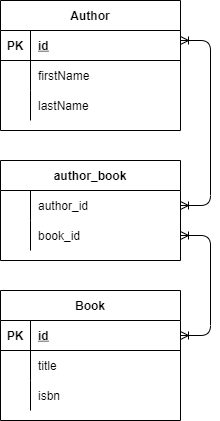
Above: docs/images/er-diagram.png in larsenc83/spring5webapp (draw.io), before the change. Source tidied: cells renumbered, new cells last; positions are measured from the earlier drawing's top-left corner, leaving out a move shared by most shapes.
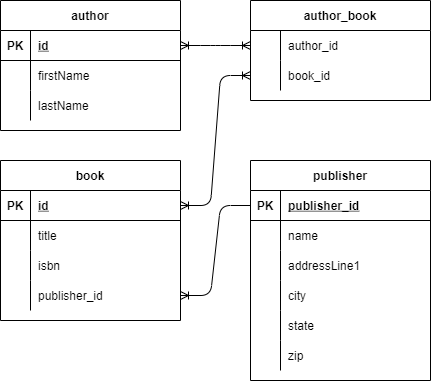
The same diagram one commit later.

Commit message:
update notes and relationship diagram

The edit, as a diff of the source:
```diff
@@ -2,94 +2,161 @@
   <root>
     <mxCell id="0" />
     <mxCell id="1" parent="0" />
+    <mxCell id="31" value="author" style="shape=table;startSize=30;rowLines=0;fontStyle=1;align=center;sketch=0;fillColor=none;" parent="1" vertex="1">
+      <mxGeometry x="-80" width="180" height="130" as="geometry" />
+    </mxCell>
+    <mxCell id="32" style="shape=partialRectangle;fillColor=none;top=0;left=0;bottom=1;right=0;points=[[0,0.5],[1,0.5]];portConstraint=eastwest;sketch=0;" parent="31" vertex="1">
+      <mxGeometry y="30" width="180" height="30" as="geometry" />
+    </mxCell>
+    <mxCell id="33" value="PK" style="shape=partialRectangle;fillColor=none;top=0;left=0;bottom=0;right=0;fontStyle=1;overflow=hidden;sketch=0;" parent="32" vertex="1">
+      <mxGeometry width="30" height="30" as="geometry" />
+    </mxCell>
+    <mxCell id="34" value="id" style="shape=partialRectangle;fillColor=none;top=0;left=0;bottom=0;right=0;align=left;spacingLeft=6;fontStyle=5;overflow=hidden;sketch=0;" parent="32" vertex="1">
+      <mxGeometry x="30" width="150" height="30" as="geometry" />
+    </mxCell>
+    <mxCell id="35" style="shape=partialRectangle;fillColor=none;top=0;left=0;bottom=0;right=0;sketch=0;" parent="31" vertex="1">
+      <mxGeometry y="60" width="180" height="30" as="geometry" />
+    </mxCell>
+    <mxCell id="36" style="shape=partialRectangle;fillColor=none;top=0;left=0;bottom=0;right=0;overflow=hidden;sketch=0;" parent="35" vertex="1">
+      <mxGeometry width="30" height="30" as="geometry" />
+    </mxCell>
-    <mxCell id="2" value="Author" style="shape=table;startSize=30;rowLines=0;fontStyle=1;align=center;sketch=0;fillColor=none;" parent="1" vertex="1">
-      <mxGeometry width="180" height="130" as="geometry" />
+    <mxCell id="2" value="firstName" style="shape=partialRectangle;fillColor=none;top=0;left=0;bottom=0;right=0;align=left;spacingLeft=6;overflow=hidden;sketch=0;" parent="35" vertex="1">
+      <mxGeometry x="30" width="150" height="30" as="geometry" />
     </mxCell>
-    <mxCell id="3" style="shape=partialRectangle;fillColor=none;top=0;left=0;bottom=1;right=0;sketch=0;" parent="2" vertex="1">
-      <mxGeometry y="30" width="180" height="30" as="geometry" />
+    <mxCell id="3" style="shape=partialRectangle;fillColor=none;top=0;left=0;bottom=0;right=0;sketch=0;" parent="31" vertex="1">
+      <mxGeometry y="90" width="180" height="30" as="geometry" />
     </mxCell>
-    <mxCell id="4" value="PK" style="shape=partialRectangle;fillColor=none;top=0;left=0;bottom=0;right=0;fontStyle=1;overflow=hidden;sketch=0;" parent="3" vertex="1">
+    <mxCell id="4" style="shape=partialRectangle;fillColor=none;top=0;left=0;bottom=0;right=0;overflow=hidden;sketch=0;" parent="3" vertex="1">
       <mxGeometry width="30" height="30" as="geometry" />
     </mxCell>
-    <mxCell id="5" value="id" style="shape=partialRectangle;fillColor=none;top=0;left=0;bottom=0;right=0;align=left;spacingLeft=6;fontStyle=5;overflow=hidden;sketch=0;" parent="3" vertex="1">
+    <mxCell id="5" value="lastName" style="shape=partialRectangle;fillColor=none;top=0;left=0;bottom=0;right=0;align=left;spacingLeft=6;overflow=hidden;sketch=0;" parent="3" vertex="1">
       <mxGeometry x="30" width="150" height="30" as="geometry" />
     </mxCell>
-    <mxCell id="6" style="shape=partialRectangle;fillColor=none;top=0;left=0;bottom=0;right=0;sketch=0;" parent="2" vertex="1">
-      <mxGeometry y="60" width="180" height="30" as="geometry" />
+    <mxCell id="6" value="book" style="shape=table;startSize=30;rowLines=0;fontStyle=1;align=center;sketch=0;" parent="1" vertex="1">
+      <mxGeometry x="-80" y="160" width="180" height="160" as="geometry" />
     </mxCell>
-    <mxCell id="7" style="shape=partialRectangle;fillColor=none;top=0;left=0;bottom=0;right=0;overflow=hidden;sketch=0;" parent="6" vertex="1">
-      <mxGeometry width="30" height="30" as="geometry" />
+    <mxCell id="7" style="shape=partialRectangle;fillColor=none;top=0;left=0;bottom=1;right=0;points=[[0,0.5],[1,0.5]];portConstraint=eastwest;sketch=0;" parent="6" vertex="1">
+      <mxGeometry y="30" width="180" height="30" as="geometry" />
     </mxCell>
-    <mxCell id="8" value="firstName" style="shape=partialRectangle;fillColor=none;top=0;left=0;bottom=0;right=0;align=left;spacingLeft=6;overflow=hidden;sketch=0;" parent="6" vertex="1">
-      <mxGeometry x="30" width="150" height="30" as="geometry" />
+    <mxCell id="8" value="PK" style="shape=partialRectangle;fillColor=none;top=0;left=0;bottom=0;right=0;fontStyle=1;overflow=hidden;sketch=0;" parent="7" vertex="1">
+      <mxGeometry width="30" height="30" as="geometry" />
     </mxCell>
-    <mxCell id="9" style="shape=partialRectangle;fillColor=none;top=0;left=0;bottom=0;right=0;sketch=0;" parent="2" vertex="1">
-      <mxGeometry y="90" width="180" height="30" as="geometry" />
+    <mxCell id="9" value="id" style="shape=partialRectangle;fillColor=none;top=0;left=0;bottom=0;right=0;align=left;spacingLeft=6;fontStyle=5;overflow=hidden;sketch=0;" parent="7" vertex="1">
+      <mxGeometry x="30" width="150" height="30" as="geometry" />
     </mxCell>
-    <mxCell id="10" style="shape=partialRectangle;fillColor=none;top=0;left=0;bottom=0;right=0;overflow=hidden;sketch=0;" parent="9" vertex="1">
-      <mxGeometry width="30" height="30" as="geometry" />
+    <mxCell id="10" style="shape=partialRectangle;fillColor=none;top=0;left=0;bottom=0;right=0;sketch=0;" parent="6" vertex="1">
+      <mxGeometry y="60" width="180" height="30" as="geometry" />
     </mxCell>
-    <mxCell id="11" value="lastName" style="shape=partialRectangle;fillColor=none;top=0;left=0;bottom=0;right=0;align=left;spacingLeft=6;overflow=hidden;sketch=0;" parent="9" vertex="1">
-      <mxGeometry x="30" width="150" height="30" as="geometry" />
+    <mxCell id="11" style="shape=partialRectangle;fillColor=none;top=0;left=0;bottom=0;right=0;overflow=hidden;sketch=0;" parent="10" vertex="1">
+      <mxGeometry width="30" height="30" as="geometry" />
     </mxCell>
+    <mxCell id="37" value="title" style="shape=partialRectangle;fillColor=none;top=0;left=0;bottom=0;right=0;align=left;spacingLeft=6;overflow=hidden;sketch=0;" parent="10" vertex="1">
+      <mxGeometry x="30" width="150" height="30" as="geometry" />
+    </mxCell>
+    <mxCell id="38" style="shape=partialRectangle;fillColor=none;top=0;left=0;bottom=0;right=0;sketch=0;" parent="6" vertex="1">
+      <mxGeometry y="90" width="180" height="30" as="geometry" />
+    </mxCell>
-    <mxCell id="12" value="Book" style="shape=table;startSize=30;rowLines=0;fontStyle=1;align=center;sketch=0;" parent="1" vertex="1">
-      <mxGeometry y="290" width="180" height="130" as="geometry" />
+    <mxCell id="12" style="shape=partialRectangle;fillColor=none;top=0;left=0;bottom=0;right=0;overflow=hidden;sketch=0;" parent="38" vertex="1">
+      <mxGeometry width="30" height="30" as="geometry" />
     </mxCell>
-    <mxCell id="13" style="shape=partialRectangle;fillColor=none;top=0;left=0;bottom=1;right=0;points=[[0,0.5],[1,0.5]];portConstraint=eastwest;sketch=0;" parent="12" vertex="1">
-      <mxGeometry y="30" width="180" height="30" as="geometry" />
+    <mxCell id="13" value="isbn" style="shape=partialRectangle;fillColor=none;top=0;left=0;bottom=0;right=0;align=left;spacingLeft=6;overflow=hidden;sketch=0;" parent="38" vertex="1">
+      <mxGeometry x="30" width="150" height="30" as="geometry" />
     </mxCell>
+    <mxCell id="39" style="shape=partialRectangle;fillColor=none;top=0;left=0;bottom=0;right=0;points=[[0,0.5],[1,0.5]];portConstraint=eastwest;sketch=0;" parent="6" vertex="1">
+      <mxGeometry y="120" width="180" height="30" as="geometry" />
+    </mxCell>
+    <mxCell id="40" style="shape=partialRectangle;fillColor=none;top=0;left=0;bottom=0;right=0;overflow=hidden;sketch=0;" parent="39" vertex="1">
+      <mxGeometry width="30" height="30" as="geometry" />
+    </mxCell>
+    <mxCell id="41" value="publisher_id" style="shape=partialRectangle;fillColor=none;top=0;left=0;bottom=0;right=0;align=left;spacingLeft=6;overflow=hidden;sketch=0;" parent="39" vertex="1">
+      <mxGeometry x="30" width="150" height="30" as="geometry" />
+    </mxCell>
-    <mxCell id="14" value="PK" style="shape=partialRectangle;fillColor=none;top=0;left=0;bottom=0;right=0;fontStyle=1;overflow=hidden;sketch=0;" parent="13" vertex="1">
-      <mxGeometry width="30" height="30" as="geometry" />
+    <mxCell id="14" style="edgeStyle=entityRelationEdgeStyle;fontSize=12;html=1;endArrow=ERoneToMany;startArrow=ERoneToMany;entryX=1;entryY=0.5;entryDx=0;entryDy=0;exitX=0;exitY=0.5;exitDx=0;exitDy=0;" parent="1" edge="1" source="19" target="7">
+      <mxGeometry relative="1" as="geometry" />
     </mxCell>
-    <mxCell id="15" value="id" style="shape=partialRectangle;fillColor=none;top=0;left=0;bottom=0;right=0;align=left;spacingLeft=6;fontStyle=5;overflow=hidden;sketch=0;" parent="13" vertex="1">
-      <mxGeometry x="30" width="150" height="30" as="geometry" />
+    <mxCell id="15" value="author_book" style="shape=table;startSize=30;rowLines=0;fontStyle=1;align=center;sketch=0;" parent="1" vertex="1">
+      <mxGeometry x="170" width="180" height="100" as="geometry" />
     </mxCell>
-    <mxCell id="16" style="shape=partialRectangle;fillColor=none;top=0;left=0;bottom=0;right=0;points=[[0,0.5],[1,0.5]];portConstraint=eastwest;sketch=0;" parent="12" vertex="1">
-      <mxGeometry y="60" width="180" height="30" as="geometry" />
+    <mxCell id="16" style="shape=partialRectangle;fillColor=none;top=0;left=0;bottom=0;right=0;points=[[0,0.5],[1,0.5]];portConstraint=eastwest;sketch=0;" parent="15" vertex="1">
+      <mxGeometry y="30" width="180" height="30" as="geometry" />
     </mxCell>
     <mxCell id="17" style="shape=partialRectangle;fillColor=none;top=0;left=0;bottom=0;right=0;overflow=hidden;sketch=0;" parent="16" vertex="1">
       <mxGeometry width="30" height="30" as="geometry" />
     </mxCell>
-    <mxCell id="18" value="title" style="shape=partialRectangle;fillColor=none;top=0;left=0;bottom=0;right=0;align=left;spacingLeft=6;overflow=hidden;sketch=0;" parent="16" vertex="1">
+    <mxCell id="18" value="author_id" style="shape=partialRectangle;fillColor=none;top=0;left=0;bottom=0;right=0;align=left;spacingLeft=6;overflow=hidden;sketch=0;" parent="16" vertex="1">
       <mxGeometry x="30" width="150" height="30" as="geometry" />
     </mxCell>
-    <mxCell id="19" style="shape=partialRectangle;fillColor=none;top=0;left=0;bottom=0;right=0;points=[[0,0.5],[1,0.5]];portConstraint=eastwest;sketch=0;" parent="12" vertex="1">
-      <mxGeometry y="90" width="180" height="30" as="geometry" />
+    <mxCell id="19" style="shape=partialRectangle;fillColor=none;top=0;left=0;bottom=0;right=0;points=[[0,0.5],[1,0.5]];portConstraint=eastwest;sketch=0;" parent="15" vertex="1">
+      <mxGeometry y="60" width="180" height="30" as="geometry" />
     </mxCell>
     <mxCell id="20" style="shape=partialRectangle;fillColor=none;top=0;left=0;bottom=0;right=0;overflow=hidden;sketch=0;" parent="19" vertex="1">
       <mxGeometry width="30" height="30" as="geometry" />
     </mxCell>
-    <mxCell id="21" value="isbn" style="shape=partialRectangle;fillColor=none;top=0;left=0;bottom=0;right=0;align=left;spacingLeft=6;overflow=hidden;sketch=0;" parent="19" vertex="1">
+    <mxCell id="21" value="book_id" style="shape=partialRectangle;fillColor=none;top=0;left=0;bottom=0;right=0;align=left;spacingLeft=6;overflow=hidden;sketch=0;" parent="19" vertex="1">
       <mxGeometry x="30" width="150" height="30" as="geometry" />
     </mxCell>
-    <mxCell id="22" style="edgeStyle=entityRelationEdgeStyle;fontSize=12;html=1;endArrow=ERoneToMany;startArrow=ERoneToMany;entryX=1;entryY=0.5;entryDx=0;entryDy=0;exitX=1;exitY=0.5;exitDx=0;exitDy=0;" parent="1" edge="1" source="27" target="13">
+    <mxCell id="22" style="edgeStyle=entityRelationEdgeStyle;fontSize=12;html=1;endArrow=ERoneToMany;startArrow=ERoneToMany;entryX=0;entryY=0.5;entryDx=0;entryDy=0;exitX=1;exitY=0.5;exitDx=0;exitDy=0;" parent="1" edge="1" source="32" target="16">
       <mxGeometry relative="1" as="geometry" />
     </mxCell>
-    <mxCell id="23" value="author_book" style="shape=table;startSize=30;rowLines=0;fontStyle=1;align=center;sketch=0;" parent="1" vertex="1">
-      <mxGeometry y="160" width="180" height="100" as="geometry" />
-    </mxCell>
-    <mxCell id="24" style="shape=partialRectangle;fillColor=none;top=0;left=0;bottom=0;right=0;points=[[0,0.5],[1,0.5]];portConstraint=eastwest;sketch=0;" parent="23" vertex="1">
-      <mxGeometry y="30" width="180" height="30" as="geometry" />
-    </mxCell>
-    <mxCell id="25" style="shape=partialRectangle;fillColor=none;top=0;left=0;bottom=0;right=0;overflow=hidden;sketch=0;" parent="24" vertex="1">
-      <mxGeometry width="30" height="30" as="geometry" />
-    </mxCell>
-    <mxCell id="26" value="author_id" style="shape=partialRectangle;fillColor=none;top=0;left=0;bottom=0;right=0;align=left;spacingLeft=6;overflow=hidden;sketch=0;" parent="24" vertex="1">
-      <mxGeometry x="30" width="150" height="30" as="geometry" />
-    </mxCell>
-    <mxCell id="27" style="shape=partialRectangle;fillColor=none;top=0;left=0;bottom=0;right=0;points=[[0,0.5],[1,0.5]];portConstraint=eastwest;sketch=0;" parent="23" vertex="1">
-      <mxGeometry y="60" width="180" height="30" as="geometry" />
-    </mxCell>
-    <mxCell id="28" style="shape=partialRectangle;fillColor=none;top=0;left=0;bottom=0;right=0;overflow=hidden;sketch=0;" parent="27" vertex="1">
-      <mxGeometry width="30" height="30" as="geometry" />
-    </mxCell>
-    <mxCell id="29" value="book_id" style="shape=partialRectangle;fillColor=none;top=0;left=0;bottom=0;right=0;align=left;spacingLeft=6;overflow=hidden;sketch=0;" parent="27" vertex="1">
-      <mxGeometry x="30" width="150" height="30" as="geometry" />
-    </mxCell>
-    <mxCell id="30" style="edgeStyle=entityRelationEdgeStyle;fontSize=12;html=1;endArrow=ERoneToMany;startArrow=ERoneToMany;entryX=1;entryY=0.5;entryDx=0;entryDy=0;exitX=1;exitY=0.5;exitDx=0;exitDy=0;" parent="1" edge="1" target="24">
-      <mxGeometry relative="1" as="geometry">
-        <mxPoint x="180" y="40" as="sourcePoint" />
-      </mxGeometry>
-    </mxCell>
+    <mxCell id="42" value="publisher" style="shape=table;startSize=30;rowLines=0;fontStyle=1;align=center;sketch=0;" parent="1" vertex="1">
+      <mxGeometry x="170" y="160" width="180" height="220" as="geometry" />
+    </mxCell>
+    <mxCell id="43" style="shape=partialRectangle;fillColor=none;top=0;left=0;bottom=1;right=0;points=[[0,0.5],[1,0.5]];portConstraint=eastwest;sketch=0;" parent="42" vertex="1">
+      <mxGeometry y="30" width="180" height="30" as="geometry" />
+    </mxCell>
+    <mxCell id="44" value="PK" style="shape=partialRectangle;fillColor=none;top=0;left=0;bottom=0;right=0;fontStyle=1;overflow=hidden;sketch=0;" parent="43" vertex="1">
+      <mxGeometry width="30" height="30" as="geometry" />
+    </mxCell>
+    <mxCell id="45" value="publisher_id" style="shape=partialRectangle;fillColor=none;top=0;left=0;bottom=0;right=0;align=left;spacingLeft=6;fontStyle=5;overflow=hidden;sketch=0;" parent="43" vertex="1">
+      <mxGeometry x="30" width="150" height="30" as="geometry" />
+    </mxCell>
+    <mxCell id="46" style="shape=partialRectangle;fillColor=none;top=0;left=0;bottom=0;right=0;sketch=0;" parent="42" vertex="1">
+      <mxGeometry y="60" width="180" height="30" as="geometry" />
+    </mxCell>
+    <mxCell id="47" style="shape=partialRectangle;fillColor=none;top=0;left=0;bottom=0;right=0;overflow=hidden;sketch=0;" parent="46" vertex="1">
+      <mxGeometry width="30" height="30" as="geometry" />
+    </mxCell>
+    <mxCell id="48" value="name" style="shape=partialRectangle;fillColor=none;top=0;left=0;bottom=0;right=0;align=left;spacingLeft=6;overflow=hidden;sketch=0;" parent="46" vertex="1">
+      <mxGeometry x="30" width="150" height="30" as="geometry" />
+    </mxCell>
+    <mxCell id="49" style="shape=partialRectangle;fillColor=none;top=0;left=0;bottom=0;right=0;sketch=0;" parent="42" vertex="1">
+      <mxGeometry y="90" width="180" height="30" as="geometry" />
+    </mxCell>
+    <mxCell id="50" style="shape=partialRectangle;fillColor=none;top=0;left=0;bottom=0;right=0;overflow=hidden;sketch=0;" parent="49" vertex="1">
+      <mxGeometry width="30" height="30" as="geometry" />
+    </mxCell>
+    <mxCell id="51" value="addressLine1" style="shape=partialRectangle;fillColor=none;top=0;left=0;bottom=0;right=0;align=left;spacingLeft=6;overflow=hidden;sketch=0;" parent="49" vertex="1">
+      <mxGeometry x="30" width="150" height="30" as="geometry" />
+    </mxCell>
+    <mxCell id="52" style="shape=partialRectangle;fillColor=none;top=0;left=0;bottom=0;right=0;sketch=0;" parent="42" vertex="1">
+      <mxGeometry y="120" width="180" height="30" as="geometry" />
+    </mxCell>
+    <mxCell id="53" style="shape=partialRectangle;fillColor=none;top=0;left=0;bottom=0;right=0;overflow=hidden;sketch=0;" parent="52" vertex="1">
+      <mxGeometry width="30" height="30" as="geometry" />
+    </mxCell>
+    <mxCell id="54" value="city" style="shape=partialRectangle;fillColor=none;top=0;left=0;bottom=0;right=0;align=left;spacingLeft=6;overflow=hidden;sketch=0;" parent="52" vertex="1">
+      <mxGeometry x="30" width="150" height="30" as="geometry" />
+    </mxCell>
+    <mxCell id="55" style="shape=partialRectangle;fillColor=none;top=0;left=0;bottom=0;right=0;sketch=0;" parent="42" vertex="1">
+      <mxGeometry y="150" width="180" height="30" as="geometry" />
+    </mxCell>
+    <mxCell id="56" style="shape=partialRectangle;fillColor=none;top=0;left=0;bottom=0;right=0;overflow=hidden;sketch=0;" parent="55" vertex="1">
+      <mxGeometry width="30" height="30" as="geometry" />
+    </mxCell>
+    <mxCell id="57" value="state" style="shape=partialRectangle;fillColor=none;top=0;left=0;bottom=0;right=0;align=left;spacingLeft=6;overflow=hidden;sketch=0;" parent="55" vertex="1">
+      <mxGeometry x="30" width="150" height="30" as="geometry" />
+    </mxCell>
+    <mxCell id="58" style="shape=partialRectangle;fillColor=none;top=0;left=0;bottom=0;right=0;sketch=0;" parent="42" vertex="1">
+      <mxGeometry y="180" width="180" height="30" as="geometry" />
+    </mxCell>
+    <mxCell id="59" style="shape=partialRectangle;fillColor=none;top=0;left=0;bottom=0;right=0;overflow=hidden;sketch=0;" parent="58" vertex="1">
+      <mxGeometry width="30" height="30" as="geometry" />
+    </mxCell>
+    <mxCell id="60" value="zip" style="shape=partialRectangle;fillColor=none;top=0;left=0;bottom=0;right=0;align=left;spacingLeft=6;overflow=hidden;sketch=0;" parent="58" vertex="1">
+      <mxGeometry x="30" width="150" height="30" as="geometry" />
+    </mxCell>
+    <mxCell id="61" style="edgeStyle=entityRelationEdgeStyle;fontSize=12;html=1;endArrow=ERoneToMany;entryX=1;entryY=0.5;entryDx=0;entryDy=0;exitX=0;exitY=0.5;exitDx=0;exitDy=0;" parent="1" edge="1" source="43" target="39">
+      <mxGeometry relative="1" as="geometry" />
+    </mxCell>
   </root>
 </mxGraphModel>
```
